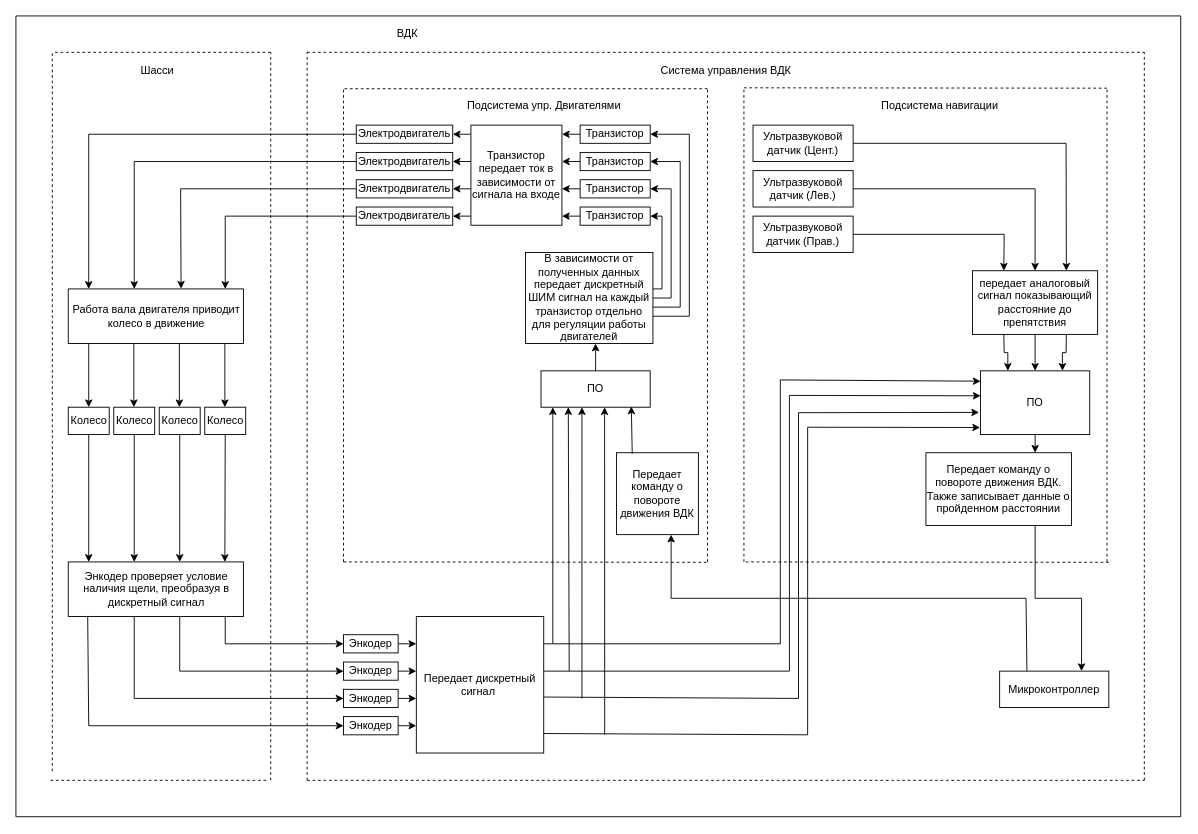
This is Наработки/Функциональная схема.drawio from AlexRussellGit/VKR---Russell-Alexander, a draw.io file, before an edit. Source tidied: cells renumbered, new cells numbered last; positions are measured from the earlier drawing's top-left corner, leaving out a move shared by most shapes. Both pictures are drawn from the tidied source at 91%, with x=0, y=0 at pixel (15, 15).
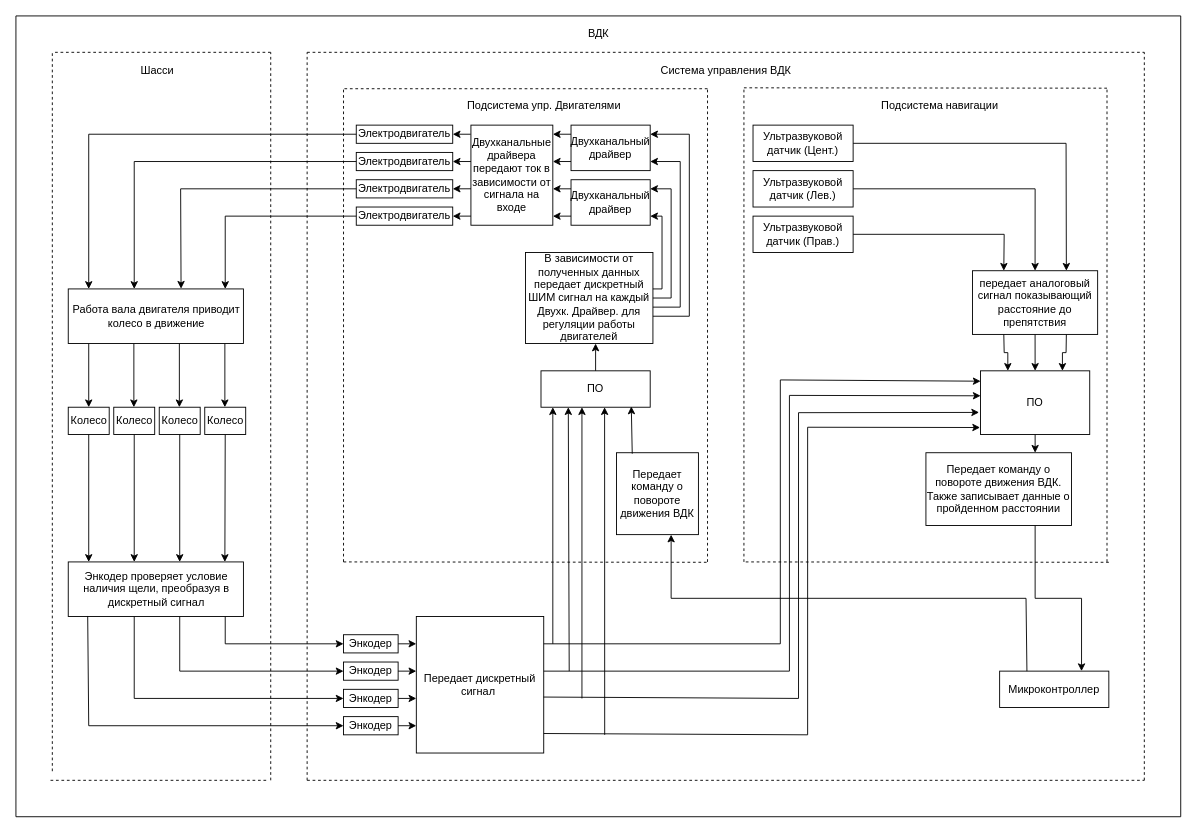
The same page after the edit.

Change to the diagram source:
```diff
@@
     <mxCell id="6" value="ВДК" style="text;html=1;align=center;verticalAlign=middle;strokeColor=none;fillColor=none;" parent="1" vertex="1">
-      <mxGeometry x="410" y="10" width="40" height="20" as="geometry" />
+      <mxGeometry x="620" y="10" width="40" height="20" as="geometry" />
     </mxCell>
@@
-    <mxCell id="41" value="Транзистор" style="rounded=0;whiteSpace=wrap;html=1;" parent="1" vertex="1">
-      <mxGeometry x="620" y="150" width="77" height="20" as="geometry" />
-    </mxCell>
-    <mxCell id="42" value="Транзистор" style="rounded=0;whiteSpace=wrap;html=1;" parent="1" vertex="1">
-      <mxGeometry x="620" y="120" width="77" height="20" as="geometry" />
-    </mxCell>
-    <mxCell id="43" value="Транзистор" style="rounded=0;whiteSpace=wrap;html=1;" parent="1" vertex="1">
-      <mxGeometry x="620" y="180" width="77" height="20" as="geometry" />
-    </mxCell>
-    <mxCell id="44" value="Транзистор" style="rounded=0;whiteSpace=wrap;html=1;" parent="1" vertex="1">
-      <mxGeometry x="620" y="210" width="77" height="20" as="geometry" />
-    </mxCell>
@@
-    <mxCell id="93" value="В зависимости от полученных данных передает дискретный ШИМ сигнал на каждый транзистор отдельно для регуляции работы двигателей" style="rounded=0;whiteSpace=wrap;html=1;" parent="1" vertex="1">
+    <mxCell id="93" value="В зависимости от полученных данных передает дискретный ШИМ сигнал на каждый Двухк. Драйвер. для регуляции работы двигателей" style="rounded=0;whiteSpace=wrap;html=1;" parent="1" vertex="1">
       <mxGeometry x="560" y="260" width="140" height="100" as="geometry" />
     </mxCell>
-    <mxCell id="94" style="endArrow=classic;html=1;rounded=0;entryX=1;entryY=0.5;entryDx=0;entryDy=0;" parent="1" edge="1" target="44">
+    <mxCell id="94" style="endArrow=classic;html=1;rounded=0;entryX=1;entryY=0.5;entryDx=0;entryDy=0;" parent="1" edge="1">
       <mxGeometry relative="1" as="geometry">
         <mxPoint x="700" y="300" as="sourcePoint" />
+        <mxPoint x="697" y="220" as="targetPoint" />
         <Array as="points">
           <mxPoint x="710" y="300" />
           <mxPoint x="710" y="220" />
         </Array>
       </mxGeometry>
     </mxCell>
-    <mxCell id="95" style="endArrow=classic;html=1;rounded=0;entryX=1;entryY=0.5;entryDx=0;entryDy=0;" parent="1" edge="1" target="43">
+    <mxCell id="95" style="endArrow=classic;html=1;rounded=0;entryX=1;entryY=0.5;entryDx=0;entryDy=0;" parent="1" edge="1">
       <mxGeometry relative="1" as="geometry">
         <mxPoint x="700" y="310" as="sourcePoint" />
+        <mxPoint x="697" y="190" as="targetPoint" />
         <Array as="points">
           <mxPoint x="720" y="310" />
           <mxPoint x="720" y="190" />
         </Array>
       </mxGeometry>
     </mxCell>
-    <mxCell id="96" style="endArrow=classic;html=1;rounded=0;entryX=1;entryY=0.5;entryDx=0;entryDy=0;" parent="1" edge="1" target="41">
+    <mxCell id="96" style="endArrow=classic;html=1;rounded=0;entryX=1;entryY=0.5;entryDx=0;entryDy=0;" parent="1" edge="1">
       <mxGeometry relative="1" as="geometry">
         <mxPoint x="700" y="320" as="sourcePoint" />
+        <mxPoint x="697" y="160" as="targetPoint" />
         <Array as="points">
           <mxPoint x="730" y="320" />
           <mxPoint x="730" y="160" />
         </Array>
       </mxGeometry>
     </mxCell>
-    <mxCell id="97" style="endArrow=classic;html=1;rounded=0;entryX=1;entryY=0.5;entryDx=0;entryDy=0;" parent="1" edge="1" target="42">
+    <mxCell id="97" style="endArrow=classic;html=1;rounded=0;entryX=1;entryY=0.5;entryDx=0;entryDy=0;" parent="1" edge="1">
       <mxGeometry relative="1" as="geometry">
         <mxPoint x="700" y="330" as="sourcePoint" />
+        <mxPoint x="697" y="130" as="targetPoint" />
         <Array as="points">
           <mxPoint x="740" y="330" />
           <mxPoint x="740" y="130" />
         </Array>
       </mxGeometry>
     </mxCell>
@@
-    <mxCell id="99" value="Транзистор передает ток в зависимости от сигнала&amp;nbsp;на входе" style="rounded=0;whiteSpace=wrap;html=1;" parent="1" vertex="1">
-      <mxGeometry x="500" y="120" width="100" height="110" as="geometry" />
+    <mxCell id="99" value="Двухканальные драйвера передают ток в зависимости от сигнала&amp;nbsp;на входе" style="rounded=0;whiteSpace=wrap;html=1;" parent="1" vertex="1">
+      <mxGeometry x="500" y="120" width="90" height="110" as="geometry" />
     </mxCell>
@@
-    <mxCell id="101" style="endArrow=classic;html=1;rounded=0;exitX=0;exitY=0.5;exitDx=0;exitDy=0;" parent="1" edge="1" source="42">
+    <mxCell id="101" style="endArrow=classic;html=1;rounded=0;exitX=0;exitY=0.5;exitDx=0;exitDy=0;" parent="1" edge="1">
       <mxGeometry relative="1" as="geometry">
-        <mxPoint x="600" y="130" as="targetPoint" />
+        <mxPoint x="610" y="130" as="sourcePoint" />
+        <mxPoint x="590" y="130" as="targetPoint" />
       </mxGeometry>
     </mxCell>
@@
-    <mxCell id="105" style="endArrow=classic;html=1;rounded=0;exitX=0;exitY=0.5;exitDx=0;exitDy=0;" parent="1" edge="1" source="41">
+    <mxCell id="105" style="endArrow=classic;html=1;rounded=0;exitX=0;exitY=0.5;exitDx=0;exitDy=0;" parent="1" edge="1">
       <mxGeometry relative="1" as="geometry">
-        <mxPoint x="600" y="160" as="targetPoint" />
+        <mxPoint x="610" y="160" as="sourcePoint" />
+        <mxPoint x="590" y="160" as="targetPoint" />
       </mxGeometry>
     </mxCell>
-    <mxCell id="106" style="endArrow=classic;html=1;rounded=0;exitX=0;exitY=0.5;exitDx=0;exitDy=0;" parent="1" edge="1" source="43">
+    <mxCell id="106" style="endArrow=classic;html=1;rounded=0;exitX=0;exitY=0.5;exitDx=0;exitDy=0;" parent="1" edge="1">
       <mxGeometry relative="1" as="geometry">
-        <mxPoint x="600" y="190" as="targetPoint" />
+        <mxPoint x="610" y="190" as="sourcePoint" />
+        <mxPoint x="590" y="190" as="targetPoint" />
       </mxGeometry>
     </mxCell>
-    <mxCell id="107" style="endArrow=classic;html=1;rounded=0;exitX=0;exitY=0.5;exitDx=0;exitDy=0;" parent="1" edge="1" source="44">
+    <mxCell id="107" style="endArrow=classic;html=1;rounded=0;exitX=0;exitY=0.5;exitDx=0;exitDy=0;" parent="1" edge="1">
       <mxGeometry relative="1" as="geometry">
-        <mxPoint x="600" y="220" as="targetPoint" />
+        <mxPoint x="610" y="220" as="sourcePoint" />
+        <mxPoint x="590" y="220" as="targetPoint" />
       </mxGeometry>
     </mxCell>
+    <mxCell id="108" value="Двухканальный драйвер" style="rounded=0;whiteSpace=wrap;html=1;" parent="1" vertex="1">
+      <mxGeometry x="610" y="120" width="87" height="50" as="geometry" />
+    </mxCell>
+    <mxCell id="109" value="Двухканальный драйвер" style="rounded=0;whiteSpace=wrap;html=1;" parent="1" vertex="1">
+      <mxGeometry x="610" y="180" width="87" height="50" as="geometry" />
+    </mxCell>
```
